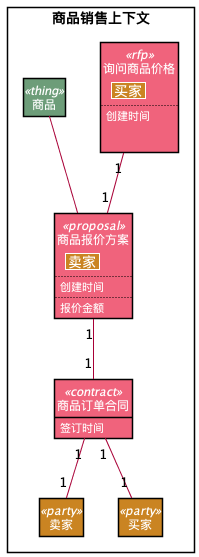
Before: images/contract_with_rfp_diagram.png, a diagram exported from PlantUML (behring/8x-flow-diagram).
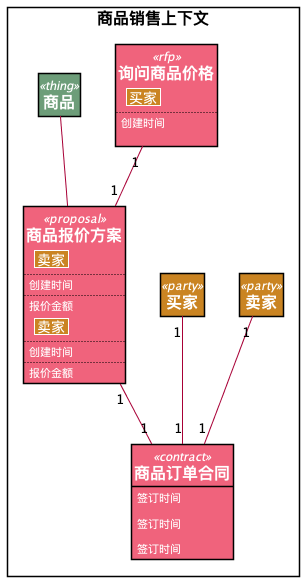
The same diagram one commit later.

The edit, as a diff of the source:
```diff
@@ -8,54 +8,75 @@
 skinparam defaultTextAlignment center
 skinparam style strictuml
 hide empty members
-        rectangle 商品销售上下文 {
-class 卖家 #CA8422
-class 买家 #CA8422
-class 询问商品价格 #transparent
-class 商品报价方案 #transparent
-class 商品 #transparent
-class 商品订单合同 #transparent
-}
-class 商品 <<thing>> #6D9D79
-商品  --  商品报价方案
+        rectangle "<size:16><b>商品销售上下文" as 商品销售上下文   {
 
-class 卖家 <<party>> #CA8422
-
-class 买家 <<party>> #CA8422
-
-
-class 询问商品价格 <<rfp>> #F0637C{
+class "<size:16><b>询问商品价格" as 询问商品价格 <<rfp>> #F0637C {
    |<#CA8422> <size:14>买家</size> |
 ..
  创建时间
 
+}
 
-            }
-询问商品价格 "1" -- "1" 商品报价方案
-
-
-class 商品报价方案 <<proposal>> #F0637C{
+class "<size:16><b>商品报价方案" as 商品报价方案 <<proposal>> #F0637C {
    |<#CA8422> <size:14>卖家</size> |
 ..
  创建时间
    ..
-   报价金额
-            }
-商品报价方案  "1" -- "1"  商品订单合同
+ 报价金额
+}
+
+class "<size:16><b>商品订单合同" as 商品订单合同 <<contract>> #F0637C {
+    签订时间
+
+}
+
+商品报价方案 "1" -- "1" 商品订单合同
 
 
-class 商品订单合同 <<contract>> #F0637C{
+询问商品价格 "1" -- "1" 商品报价方案
+
+
+
+
+
+class "<size:16><b>商品报价方案" as 商品报价方案 <<proposal>> #F0637C {
+   |<#CA8422> <size:14>卖家</size> |
+..
+ 创建时间
+   ..
+ 报价金额
+}
+
+class "<size:16><b>商品订单合同" as 商品订单合同 <<contract>> #F0637C {
     签订时间
+
+}
+
+
+
+
+
+
+class "<size:16><b>商品订单合同" as 商品订单合同 <<contract>> #F0637C {
+    签订时间
+
+}
+
+
+
+class "<size:16><b>卖家" as 卖家 <<party>> #CA8422
+卖家 "1" -- "1" 商品订单合同
+
+
+class "<size:16><b>买家" as 买家 <<party>> #CA8422
+买家 "1" -- "1" 商品订单合同
+
+
+class "<size:16><b>商品" as 商品 <<thing>> #6D9D79
+商品 -- 商品报价方案
 
 
 }
-class 卖家 <<party>> #CA8422
-
-商品订单合同  "1" -- "1"  卖家
-class 买家 <<party>> #CA8422
-
-商品订单合同  "1" -- "1"  买家
-
 
 
 @enduml
```
